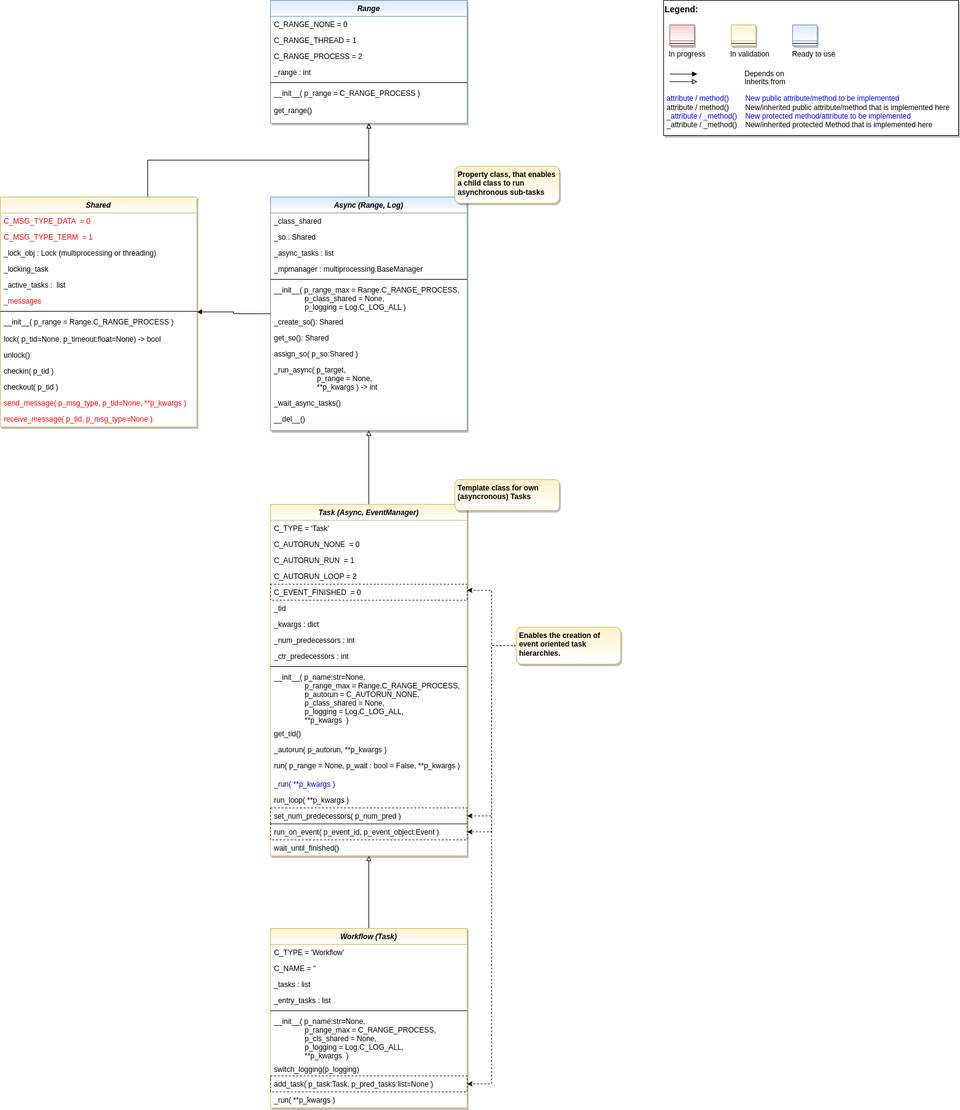
This is doc/rtd/content/append2/core/images/bf/MLPro-BF-MT_class_diagram.drawio.png from fhswf/MLPro, a draw.io export, as it was before one commit. Source tidied: cells renumbered, new cells last; positions are measured from the earlier drawing's top-left corner, leaving out a move shared by most shapes.
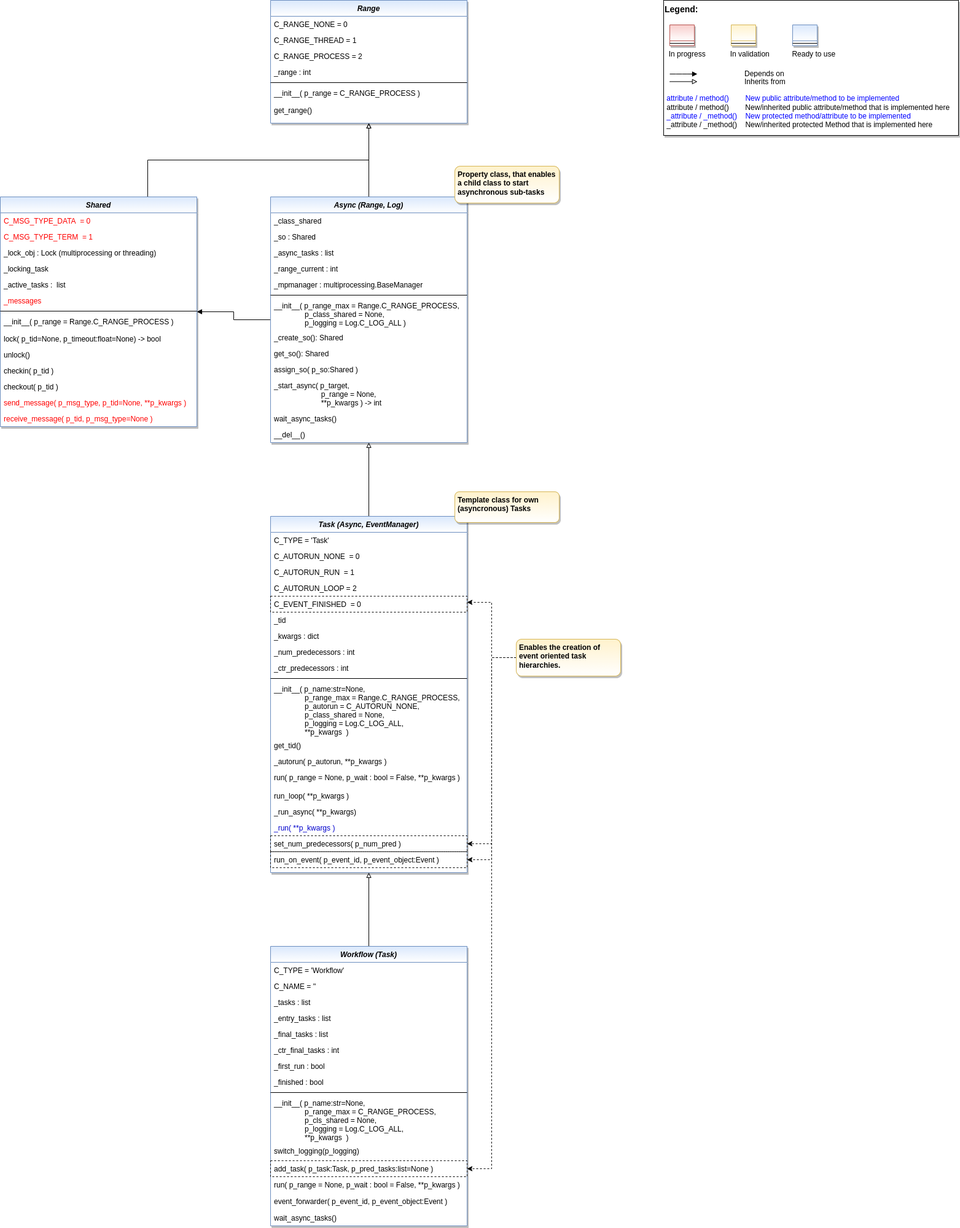
The same file after the commit.

Change to the diagram source:
```diff
@@ -51,7 +51,7 @@
         </Array>
       </mxGeometry>
     </mxCell>
-    <mxCell id="13" value="Shared" style="swimlane;fontStyle=3;align=center;verticalAlign=top;horizontal=1;startSize=26;rounded=0;shadow=1;strokeWidth=1;fillColor=#fff2cc;strokeColor=#d6b656;glass=0;swimlaneFillColor=#ffffff;gradientColor=#FFFFFF;" parent="1" vertex="1">
+    <mxCell id="13" value="Shared" style="swimlane;fontStyle=3;align=center;verticalAlign=top;horizontal=1;startSize=26;rounded=0;shadow=1;strokeWidth=1;fillColor=#dae8fc;strokeColor=#6c8ebf;glass=0;swimlaneFillColor=#ffffff;gradientColor=#FFFFFF;" parent="1" vertex="1">
       <mxGeometry y="320" width="320" height="374" as="geometry" />
     </mxCell>
     <mxCell id="14" value="C_MSG_TYPE_DATA  = 0" style="text;align=left;verticalAlign=top;spacingLeft=4;spacingRight=4;overflow=hidden;fontColor=#FF0000;" parent="13" vertex="1">
@@ -103,7 +103,7 @@
       <mxGeometry relative="1" as="geometry" />
     </mxCell>
     <mxCell id="30" value="Async (Range, Log)" style="swimlane;fontStyle=3;align=center;verticalAlign=top;horizontal=1;startSize=26;rounded=0;shadow=1;strokeWidth=1;fillColor=#dae8fc;strokeColor=#6c8ebf;glass=0;swimlaneFillColor=#ffffff;gradientColor=#FFFFFF;" parent="1" vertex="1">
-      <mxGeometry x="440" y="320" width="320" height="380" as="geometry" />
+      <mxGeometry x="440" y="320" width="320" height="400" as="geometry" />
     </mxCell>
     <mxCell id="31" value="_class_shared " style="text;align=left;verticalAlign=top;spacingLeft=4;spacingRight=4;overflow=hidden;" parent="30" vertex="1">
       <mxGeometry y="26" width="320" height="26" as="geometry" />
@@ -114,41 +114,44 @@
     <mxCell id="33" value="_async_tasks : list" style="text;align=left;verticalAlign=top;spacingLeft=4;spacingRight=4;overflow=hidden;" parent="30" vertex="1">
       <mxGeometry y="78" width="320" height="26" as="geometry" />
     </mxCell>
+    <mxCell id="90" value="_range_current : int" style="text;align=left;verticalAlign=top;spacingLeft=4;spacingRight=4;overflow=hidden;" parent="30" vertex="1">
+      <mxGeometry y="104" width="320" height="26" as="geometry" />
+    </mxCell>
     <mxCell id="34" value="_mpmanager : multiprocessing.BaseManager" style="text;align=left;verticalAlign=top;spacingLeft=4;spacingRight=4;overflow=hidden;" parent="30" vertex="1">
-      <mxGeometry y="104" width="320" height="26" as="geometry" />
+      <mxGeometry y="130" width="320" height="26" as="geometry" />
     </mxCell>
     <mxCell id="35" style="line;html=1;strokeWidth=1;align=left;verticalAlign=middle;spacingTop=-1;spacingLeft=3;spacingRight=3;labelPosition=right;" parent="30" vertex="1">
-      <mxGeometry y="130" width="320" height="8" as="geometry" />
+      <mxGeometry y="156" width="320" height="8" as="geometry" />
     </mxCell>
     <mxCell id="36" value="__init__( p_range_max = Range.C_RANGE_PROCESS,&#10;               p_class_shared = None,&#10;               p_logging = Log.C_LOG_ALL )" style="text;align=left;verticalAlign=top;spacingLeft=4;spacingRight=4;overflow=hidden;fontColor=default;" parent="30" vertex="1">
-      <mxGeometry y="138" width="320" height="52" as="geometry" />
+      <mxGeometry y="164" width="320" height="52" as="geometry" />
     </mxCell>
     <mxCell id="37" value="_create_so(): Shared" style="text;align=left;verticalAlign=top;spacingLeft=4;spacingRight=4;overflow=hidden;fontColor=default;" parent="30" vertex="1">
-      <mxGeometry y="190" width="320" height="26" as="geometry" />
+      <mxGeometry y="216" width="320" height="26" as="geometry" />
     </mxCell>
     <mxCell id="38" value="get_so(): Shared" style="text;align=left;verticalAlign=top;spacingLeft=4;spacingRight=4;overflow=hidden;fontColor=default;" parent="30" vertex="1">
-      <mxGeometry y="216" width="320" height="26" as="geometry" />
+      <mxGeometry y="242" width="320" height="26" as="geometry" />
     </mxCell>
     <mxCell id="39" value="assign_so( p_so:Shared )" style="text;align=left;verticalAlign=top;spacingLeft=4;spacingRight=4;overflow=hidden;fontColor=default;" parent="30" vertex="1">
-      <mxGeometry y="242" width="320" height="26" as="geometry" />
+      <mxGeometry y="268" width="320" height="26" as="geometry" />
     </mxCell>
-    <mxCell id="40" value="_run_async( p_target,&#10;                     p_range = None,&#10;                     **p_kwargs ) -&gt; int" style="text;align=left;verticalAlign=top;spacingLeft=4;spacingRight=4;overflow=hidden;fontColor=default;" parent="30" vertex="1">
-      <mxGeometry y="268" width="320" height="54" as="geometry" />
+    <mxCell id="40" value="_start_async( p_target,&#10;                       p_range = None,&#10;                       **p_kwargs ) -&gt; int" style="text;align=left;verticalAlign=top;spacingLeft=4;spacingRight=4;overflow=hidden;fontColor=default;" parent="30" vertex="1">
+      <mxGeometry y="294" width="320" height="54" as="geometry" />
     </mxCell>
-    <mxCell id="41" value="_wait_async_tasks()" style="text;align=left;verticalAlign=top;spacingLeft=4;spacingRight=4;overflow=hidden;fontColor=default;" parent="30" vertex="1">
-      <mxGeometry y="322" width="320" height="26" as="geometry" />
+    <mxCell id="41" value="wait_async_tasks()" style="text;align=left;verticalAlign=top;spacingLeft=4;spacingRight=4;overflow=hidden;fontColor=default;" parent="30" vertex="1">
+      <mxGeometry y="348" width="320" height="26" as="geometry" />
     </mxCell>
     <mxCell id="42" value="__del__()" style="text;align=left;verticalAlign=top;spacingLeft=4;spacingRight=4;overflow=hidden;fontColor=default;" parent="30" vertex="1">
-      <mxGeometry y="348" width="320" height="26" as="geometry" />
+      <mxGeometry y="374" width="320" height="26" as="geometry" />
     </mxCell>
-    <mxCell id="43" value="Property class, that enables a child class to run asynchronous sub-tasks" style="rounded=1;whiteSpace=wrap;html=1;fillColor=#fff2cc;strokeColor=#d6b656;shadow=1;gradientColor=#ffffff;fontStyle=1;align=left;verticalAlign=top;spacingRight=3;spacingLeft=3;" parent="1" vertex="1">
+    <mxCell id="43" value="Property class, that enables a child class to start asynchronous sub-tasks" style="rounded=1;whiteSpace=wrap;html=1;fillColor=#fff2cc;strokeColor=#d6b656;shadow=1;gradientColor=#ffffff;fontStyle=1;align=left;verticalAlign=top;spacingRight=3;spacingLeft=3;" parent="1" vertex="1">
       <mxGeometry x="740" y="270" width="170" height="60" as="geometry" />
     </mxCell>
     <mxCell id="44" style="edgeStyle=orthogonalEdgeStyle;rounded=0;jettySize=auto;html=1;fontColor=#0000CC;endArrow=block;endFill=0;" parent="1" edge="1" source="45" target="30">
       <mxGeometry relative="1" as="geometry" />
     </mxCell>
-    <mxCell id="45" value="Task (Async, EventManager)" style="swimlane;fontStyle=3;align=center;verticalAlign=top;horizontal=1;startSize=26;rounded=0;shadow=1;strokeWidth=1;fillColor=#fff2cc;strokeColor=#d6b656;glass=0;swimlaneFillColor=#ffffff;gradientColor=#FFFFFF;" parent="1" vertex="1">
-      <mxGeometry x="440" y="820" width="320" height="572" as="geometry" />
+    <mxCell id="45" value="Task (Async, EventManager)" style="swimlane;fontStyle=3;align=center;verticalAlign=top;horizontal=1;startSize=26;rounded=0;shadow=1;strokeWidth=1;fillColor=#dae8fc;strokeColor=#6c8ebf;glass=0;swimlaneFillColor=#ffffff;gradientColor=#FFFFFF;" parent="1" vertex="1">
+      <mxGeometry x="440" y="840" width="320" height="580" as="geometry" />
     </mxCell>
     <mxCell id="46" value="C_TYPE = 'Task'" style="text;align=left;verticalAlign=top;spacingLeft=4;spacingRight=4;overflow=hidden;" parent="45" vertex="1">
       <mxGeometry y="26" width="320" height="26" as="geometry" />
@@ -192,26 +195,26 @@
     <mxCell id="59" value="run( p_range = None, p_wait : bool = False, **p_kwargs )" style="text;align=left;verticalAlign=top;spacingLeft=4;spacingRight=4;overflow=hidden;fontColor=default;" parent="45" vertex="1">
       <mxGeometry y="412" width="320" height="30" as="geometry" />
     </mxCell>
+    <mxCell id="61" value="run_loop( **p_kwargs )" style="text;align=left;verticalAlign=top;spacingLeft=4;spacingRight=4;overflow=hidden;fontColor=default;" parent="45" vertex="1">
+      <mxGeometry y="442" width="320" height="26" as="geometry" />
+    </mxCell>
+    <mxCell id="91" value="_run_async( **p_kwargs)" style="text;align=left;verticalAlign=top;spacingLeft=4;spacingRight=4;overflow=hidden;fontColor=default;" parent="45" vertex="1">
+      <mxGeometry y="468" width="320" height="26" as="geometry" />
+    </mxCell>
     <mxCell id="60" value="_run( **p_kwargs )" style="text;align=left;verticalAlign=top;spacingLeft=4;spacingRight=4;overflow=hidden;fontColor=#0000CC;" parent="45" vertex="1">
-      <mxGeometry y="442" width="320" height="26" as="geometry" />
+      <mxGeometry y="494" width="320" height="26" as="geometry" />
     </mxCell>
-    <mxCell id="61" value="run_loop( **p_kwargs )" style="text;align=left;verticalAlign=top;spacingLeft=4;spacingRight=4;overflow=hidden;fontColor=default;" parent="45" vertex="1">
-      <mxGeometry y="468" width="320" height="26" as="geometry" />
-    </mxCell>
     <mxCell id="62" value="set_num_predecessors( p_num_pred )" style="text;align=left;verticalAlign=top;spacingLeft=4;spacingRight=4;overflow=hidden;points=[[0,0.5],[1,0.5]];portConstraint=eastwest;fontColor=default;labelBorderColor=none;strokeColor=default;dashed=1;" parent="45" vertex="1">
-      <mxGeometry y="494" width="320" height="26" as="geometry" />
+      <mxGeometry y="520" width="320" height="26" as="geometry" />
     </mxCell>
     <mxCell id="63" value="run_on_event( p_event_id, p_event_object:Event )" style="text;align=left;verticalAlign=top;spacingLeft=4;spacingRight=4;overflow=hidden;points=[[0,0.5],[1,0.5]];portConstraint=eastwest;fontColor=default;labelBorderColor=none;strokeColor=default;dashed=1;" parent="45" vertex="1">
-      <mxGeometry y="520" width="320" height="26" as="geometry" />
+      <mxGeometry y="546" width="320" height="26" as="geometry" />
     </mxCell>
-    <mxCell id="64" value="wait_until_finished()" style="text;align=left;verticalAlign=top;spacingLeft=4;spacingRight=4;overflow=hidden;fontColor=default;" parent="45" vertex="1">
-      <mxGeometry y="546" width="320" height="26" as="geometry" />
-    </mxCell>
     <mxCell id="65" style="edgeStyle=orthogonalEdgeStyle;rounded=0;jettySize=auto;html=1;fontColor=#0000CC;endArrow=block;endFill=0;" parent="1" edge="1" source="66" target="45">
       <mxGeometry relative="1" as="geometry" />
     </mxCell>
-    <mxCell id="66" value="Workflow (Task)" style="swimlane;fontStyle=3;align=center;verticalAlign=top;horizontal=1;startSize=26;rounded=0;shadow=1;strokeWidth=1;fillColor=#fff2cc;strokeColor=#d6b656;glass=0;swimlaneFillColor=#ffffff;gradientColor=#FFFFFF;" parent="1" vertex="1">
-      <mxGeometry x="440" y="1510" width="320" height="292" as="geometry" />
+    <mxCell id="66" value="Workflow (Task)" style="swimlane;fontStyle=3;align=center;verticalAlign=top;horizontal=1;startSize=26;rounded=0;shadow=1;strokeWidth=1;fillColor=#dae8fc;strokeColor=#6c8ebf;glass=0;swimlaneFillColor=#ffffff;gradientColor=#FFFFFF;" parent="1" vertex="1">
+      <mxGeometry x="440" y="1540" width="320" height="455" as="geometry" />
     </mxCell>
     <mxCell id="67" value="C_TYPE = 'Workflow'" style="text;align=left;verticalAlign=top;spacingLeft=4;spacingRight=4;overflow=hidden;" parent="66" vertex="1">
       <mxGeometry y="26" width="320" height="26" as="geometry" />
@@ -225,55 +228,73 @@
     <mxCell id="70" value="_entry_tasks : list" style="text;align=left;verticalAlign=top;spacingLeft=4;spacingRight=4;overflow=hidden;" parent="66" vertex="1">
       <mxGeometry y="104" width="320" height="26" as="geometry" />
     </mxCell>
+    <mxCell id="92" value="_final_tasks : list" style="text;align=left;verticalAlign=top;spacingLeft=4;spacingRight=4;overflow=hidden;" parent="66" vertex="1">
+      <mxGeometry y="130" width="320" height="26" as="geometry" />
+    </mxCell>
+    <mxCell id="93" value="_ctr_final_tasks : int" style="text;align=left;verticalAlign=top;spacingLeft=4;spacingRight=4;overflow=hidden;" parent="66" vertex="1">
+      <mxGeometry y="156" width="320" height="26" as="geometry" />
+    </mxCell>
+    <mxCell id="94" value="_first_run : bool" style="text;align=left;verticalAlign=top;spacingLeft=4;spacingRight=4;overflow=hidden;" parent="66" vertex="1">
+      <mxGeometry y="182" width="320" height="26" as="geometry" />
+    </mxCell>
+    <mxCell id="95" value="_finished : bool" style="text;align=left;verticalAlign=top;spacingLeft=4;spacingRight=4;overflow=hidden;" parent="66" vertex="1">
+      <mxGeometry y="208" width="320" height="26" as="geometry" />
+    </mxCell>
     <mxCell id="71" style="line;html=1;strokeWidth=1;align=left;verticalAlign=middle;spacingTop=-1;spacingLeft=3;spacingRight=3;labelPosition=right;" parent="66" vertex="1">
-      <mxGeometry y="130" width="320" height="8" as="geometry" />
+      <mxGeometry y="234" width="320" height="8" as="geometry" />
     </mxCell>
     <mxCell id="72" value="__init__( p_name:str=None,&#10;               p_range_max = C_RANGE_PROCESS,&#10;               p_cls_shared = None,&#10;               p_logging = Log.C_LOG_ALL,&#10;               **p_kwargs  )" style="text;align=left;verticalAlign=top;spacingLeft=4;spacingRight=4;overflow=hidden;fontColor=default;" parent="66" vertex="1">
-      <mxGeometry y="138" width="320" height="78" as="geometry" />
+      <mxGeometry y="242" width="320" height="78" as="geometry" />
     </mxCell>
     <mxCell id="73" value="switch_logging(p_logging)" style="text;align=left;verticalAlign=top;spacingLeft=4;spacingRight=4;overflow=hidden;fontColor=default;" parent="66" vertex="1">
-      <mxGeometry y="216" width="320" height="24" as="geometry" />
+      <mxGeometry y="320" width="320" height="29" as="geometry" />
     </mxCell>
     <mxCell id="74" value="add_task( p_task:Task, p_pred_tasks:list=None )" style="text;align=left;verticalAlign=top;spacingLeft=4;spacingRight=4;overflow=hidden;points=[[0,0.5],[1,0.5]];portConstraint=eastwest;fontColor=default;strokeColor=default;dashed=1;" parent="66" vertex="1">
-      <mxGeometry y="240" width="320" height="26" as="geometry" />
+      <mxGeometry y="349" width="320" height="26" as="geometry" />
     </mxCell>
-    <mxCell id="75" value="_run( **p_kwargs )" style="text;align=left;verticalAlign=top;spacingLeft=4;spacingRight=4;overflow=hidden;fontColor=default;" parent="66" vertex="1">
-      <mxGeometry y="266" width="320" height="26" as="geometry" />
-    </mxCell>
+    <mxCell id="96" value="run( p_range = None, p_wait : bool = False, **p_kwargs )" style="text;align=left;verticalAlign=top;spacingLeft=4;spacingRight=4;overflow=hidden;fontColor=default;" parent="66" vertex="1">
+      <mxGeometry y="375" width="320" height="27" as="geometry" />
+    </mxCell>
+    <mxCell id="97" value="event_forwarder( p_event_id, p_event_object:Event )" style="text;align=left;verticalAlign=top;spacingLeft=4;spacingRight=4;overflow=hidden;fontColor=default;" parent="66" vertex="1">
+      <mxGeometry y="402" width="320" height="27" as="geometry" />
+    </mxCell>
+    <mxCell id="98" value="wait_async_tasks()" style="text;align=left;verticalAlign=top;spacingLeft=4;spacingRight=4;overflow=hidden;fontColor=default;" parent="66" vertex="1">
+      <mxGeometry y="429" width="320" height="26" as="geometry" />
+    </mxCell>
     <mxCell id="76" style="edgeStyle=orthogonalEdgeStyle;rounded=0;jettySize=auto;html=1;fontColor=#FF0000;exitX=0;exitY=0.5;exitDx=0;exitDy=0;dashed=1;entryX=1;entryY=0.5;entryDx=0;entryDy=0;" parent="1" edge="1" source="80" target="63">
       <mxGeometry relative="1" as="geometry">
         <Array as="points">
-          <mxPoint x="800" y="1050" />
-          <mxPoint x="800" y="1353" />
+          <mxPoint x="800" y="1070" />
+          <mxPoint x="800" y="1399" />
         </Array>
       </mxGeometry>
     </mxCell>
     <mxCell id="77" style="edgeStyle=orthogonalEdgeStyle;rounded=0;jettySize=auto;html=1;fontColor=#FF0000;exitX=0;exitY=0.5;exitDx=0;exitDy=0;dashed=1;" parent="1" edge="1" source="80" target="50">
       <mxGeometry relative="1" as="geometry">
         <Array as="points">
-          <mxPoint x="800" y="1050" />
-          <mxPoint x="800" y="960" />
+          <mxPoint x="800" y="1070" />
+          <mxPoint x="800" y="980" />
         </Array>
       </mxGeometry>
     </mxCell>
     <mxCell id="78" style="edgeStyle=orthogonalEdgeStyle;rounded=0;jettySize=auto;html=1;dashed=1;fontColor=#FF0000;entryX=1;entryY=0.5;entryDx=0;entryDy=0;" parent="1" edge="1" source="80" target="74">
       <mxGeometry relative="1" as="geometry">
         <Array as="points">
-          <mxPoint x="800" y="1050" />
-          <mxPoint x="800" y="1763" />
+          <mxPoint x="800" y="1070" />
+          <mxPoint x="800" y="1902" />
         </Array>
       </mxGeometry>
     </mxCell>
     <mxCell id="79" style="edgeStyle=orthogonalEdgeStyle;rounded=0;jettySize=auto;html=1;fontColor=default;dashed=1;entryX=1;entryY=0.5;entryDx=0;entryDy=0;" parent="1" edge="1" source="80" target="62">
       <mxGeometry relative="1" as="geometry">
         <Array as="points">
-          <mxPoint x="800" y="1050" />
-          <mxPoint x="800" y="1327" />
+          <mxPoint x="800" y="1070" />
+          <mxPoint x="800" y="1373" />
         </Array>
       </mxGeometry>
     </mxCell>
     <mxCell id="80" value="Enables the creation of event oriented task hierarchies." style="rounded=1;whiteSpace=wrap;html=1;fillColor=#fff2cc;strokeColor=#d6b656;shadow=1;gradientColor=#ffffff;fontStyle=1;align=left;verticalAlign=top;spacingRight=3;spacingLeft=3;" parent="1" vertex="1">
-      <mxGeometry x="840" y="1020" width="170" height="60" as="geometry" />
+      <mxGeometry x="840" y="1040" width="170" height="60" as="geometry" />
     </mxCell>
     <mxCell id="81" value="Range" style="swimlane;fontStyle=3;align=center;verticalAlign=top;horizontal=1;startSize=26;rounded=0;shadow=1;strokeWidth=1;fillColor=#dae8fc;strokeColor=#6c8ebf;glass=0;swimlaneFillColor=#ffffff;gradientColor=#FFFFFF;" parent="1" vertex="1">
       <mxGeometry x="440" width="320" height="200" as="geometry" />
@@ -300,7 +321,7 @@
       <mxGeometry y="166" width="320" height="34" as="geometry" />
     </mxCell>
     <mxCell id="89" value="Template class for own (asyncronous) Tasks" style="rounded=1;whiteSpace=wrap;html=1;fillColor=#fff2cc;strokeColor=#d6b656;shadow=1;gradientColor=#ffffff;fontStyle=1;align=left;verticalAlign=top;spacingRight=3;spacingLeft=3;" parent="1" vertex="1">
-      <mxGeometry x="740" y="780" width="170" height="50" as="geometry" />
+      <mxGeometry x="740" y="800" width="170" height="50" as="geometry" />
     </mxCell>
   </root>
 </mxGraphModel>
```
